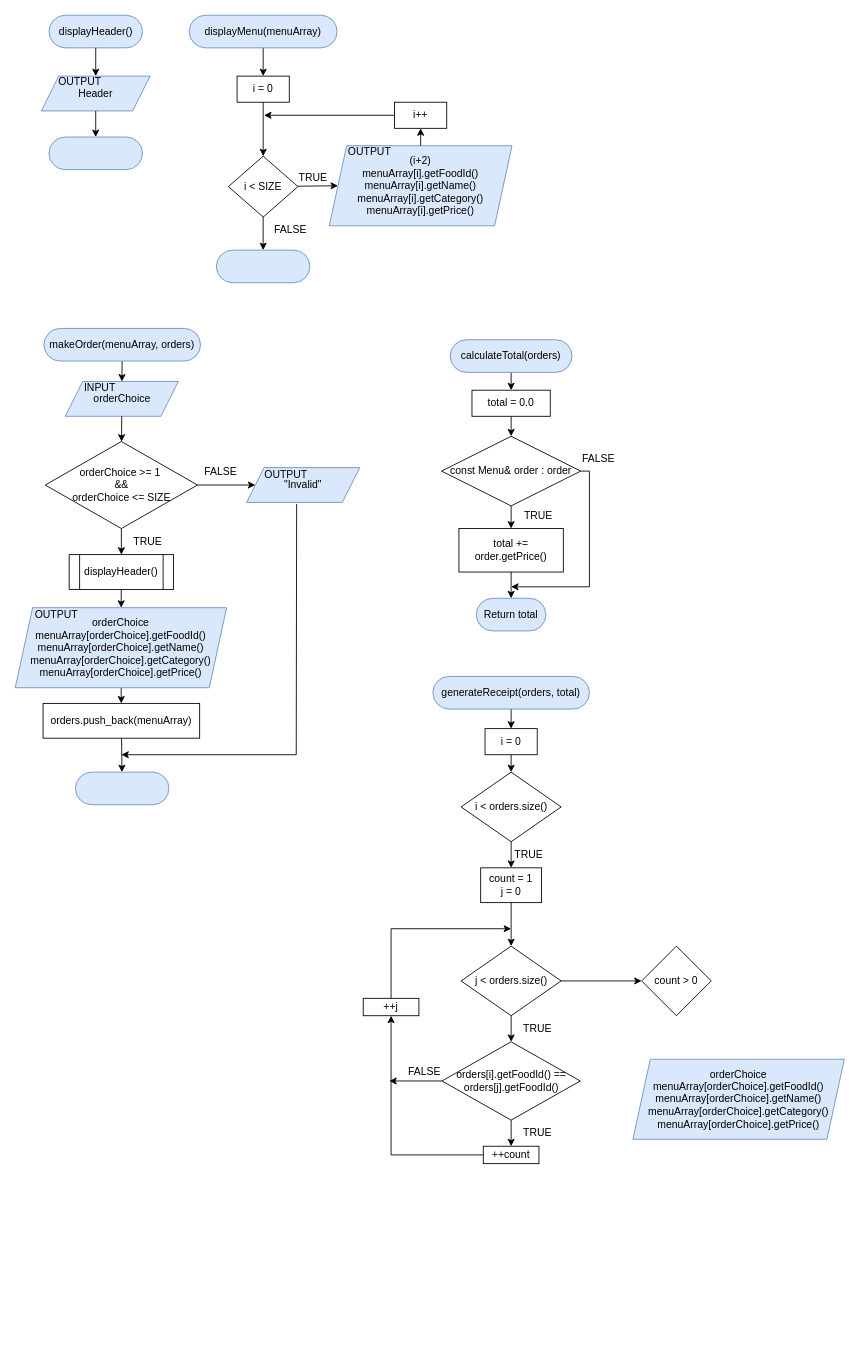
The draw.io diagram page "OTHER FUNCTION" (5 of 5) of Submission/sec02/Tupperware/classDiagram.drawio in jjn7702/SECJ2013-DSA, before the edit. Source tidied: cells renumbered, new cells numbered last; positions are measured from the earlier drawing's top-left corner, leaving out a move shared by most shapes. Both pictures are drawn from the tidied source at 87%, with x=0, y=0 at pixel (15, 15).
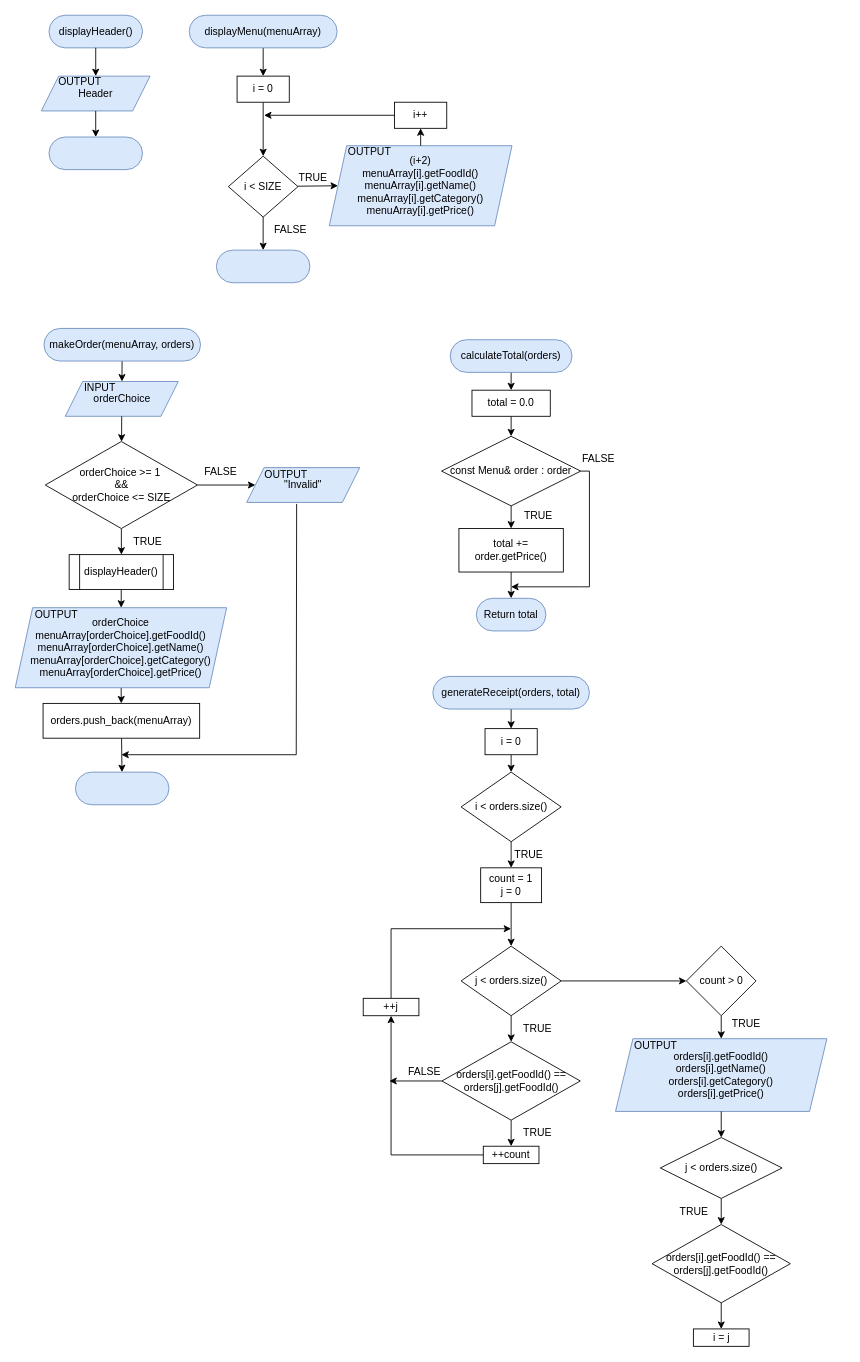
The same page after the edit.

What changed in the source:
```diff
@@
+    <mxCell id="84" style="edgeStyle=none;rounded=0;html=1;" parent="1" edge="1" source="82" target="83">
+      <mxGeometry relative="1" as="geometry" />
+    </mxCell>
     <mxCell id="82" value="count &amp;gt; 0" style="rhombus;whiteSpace=wrap;html=1;" parent="1" vertex="1">
-      <mxGeometry x="720" y="1070" width="80" height="80" as="geometry" />
+      <mxGeometry x="771.5" y="1070" width="80" height="80" as="geometry" />
     </mxCell>
+    <mxCell id="85" style="group;" parent="1" vertex="1">
+      <mxGeometry x="690" y="1170" width="243" height="90" as="geometry" />
+    </mxCell>
-    <mxCell id="83" value="orderChoice&lt;br&gt;menuArray[orderChoice].getFoodId()&lt;br&gt;menuArray[orderChoice].getName()&lt;br&gt;menuArray[orderChoice].getCategory()&lt;br&gt;menuArray[orderChoice].getPrice()" style="shape=parallelogram;perimeter=parallelogramPerimeter;whiteSpace=wrap;html=1;fixedSize=1;fillColor=#dae8fc;strokeColor=#6c8ebf;" parent="1" vertex="1">
-      <mxGeometry x="710" y="1200" width="243" height="92" as="geometry" />
+    <mxCell id="83" value="orders[i].getFoodId()&lt;br&gt;orders[i].getName()&lt;br&gt;orders[i].getCategory()&lt;br&gt;orders[i].getPrice()" style="shape=parallelogram;perimeter=parallelogramPerimeter;whiteSpace=wrap;html=1;fixedSize=1;fillColor=#dae8fc;strokeColor=#6c8ebf;" parent="85" vertex="1">
+      <mxGeometry y="6.4" width="243" height="83.6" as="geometry" />
     </mxCell>
+    <mxCell id="86" value="OUTPUT" style="text;html=1;align=center;verticalAlign=middle;strokeColor=none;fillColor=none;" parent="85" vertex="1">
+      <mxGeometry x="11" width="70" height="30" as="geometry" />
+    </mxCell>
+    <mxCell id="87" value="TRUE" style="text;html=1;align=center;verticalAlign=middle;strokeColor=none;fillColor=none;" parent="1" vertex="1">
+      <mxGeometry x="810" y="1145" width="60" height="30" as="geometry" />
+    </mxCell>
+    <mxCell id="88" style="edgeStyle=none;rounded=0;html=1;" parent="1" edge="1" source="89" target="92">
+      <mxGeometry relative="1" as="geometry" />
+    </mxCell>
+    <mxCell id="89" value="j &amp;lt; orders.size()" style="rhombus;whiteSpace=wrap;html=1;" parent="1" vertex="1">
+      <mxGeometry x="741.5" y="1290" width="140" height="70" as="geometry" />
+    </mxCell>
+    <mxCell id="90" style="edgeStyle=none;rounded=0;html=1;" parent="1" edge="1" source="83" target="89">
+      <mxGeometry relative="1" as="geometry" />
+    </mxCell>
+    <mxCell id="91" style="edgeStyle=none;rounded=0;html=1;" parent="1" edge="1" source="92" target="93">
+      <mxGeometry relative="1" as="geometry" />
+    </mxCell>
+    <mxCell id="92" value="orders[i].getFoodId() == orders[j].getFoodId()" style="rhombus;whiteSpace=wrap;html=1;" parent="1" vertex="1">
+      <mxGeometry x="732" y="1390" width="159" height="90" as="geometry" />
+    </mxCell>
+    <mxCell id="93" value="i = j" style="whiteSpace=wrap;html=1;" parent="1" vertex="1">
+      <mxGeometry x="779.5" y="1510" width="64" height="20" as="geometry" />
+    </mxCell>
+    <mxCell id="94" value="TRUE" style="text;html=1;align=center;verticalAlign=middle;strokeColor=none;fillColor=none;" parent="1" vertex="1">
+      <mxGeometry x="750" y="1360" width="60" height="30" as="geometry" />
+    </mxCell>
```
